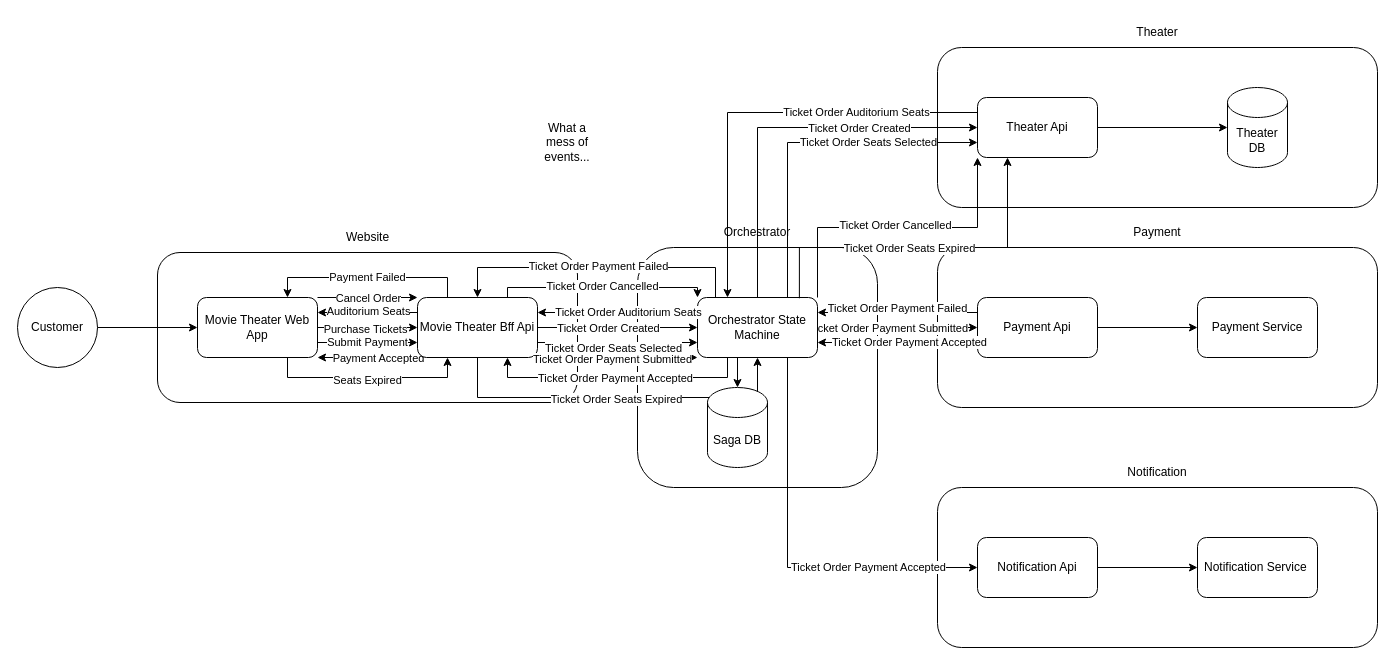
Onyx3910/Movie-Microservice keeps this draw.io diagram as page "Third Draft" (4 of 4) of MovieMicroservice.drawio. Above is the earlier version. Source tidied: cells renumbered, new cells numbered last; positions are measured from the earlier drawing's top-left corner, leaving out a move shared by most shapes. Both pictures are drawn from the tidied source at 100%, with x=0, y=0 at pixel (17, 17).
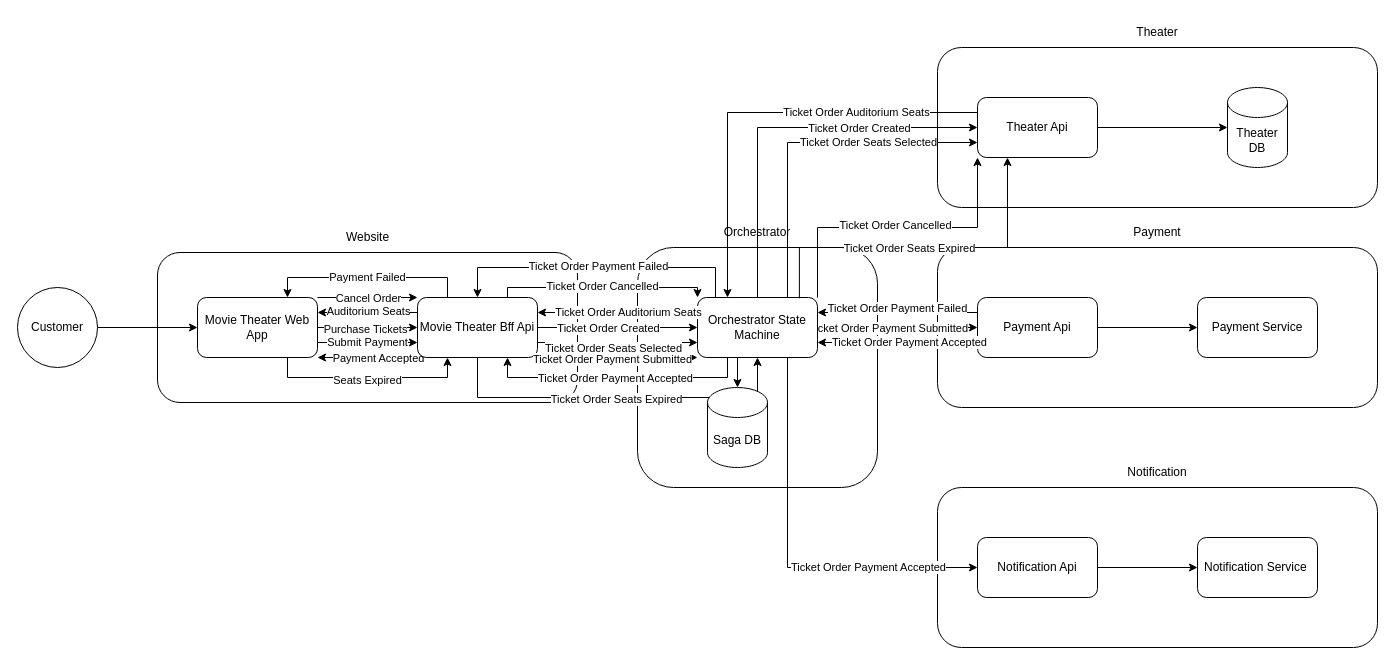
The same diagram, later.

Diff of the diagram source:
```diff
@@
-    <mxCell id="76" value="What a mess of events..." style="text;html=1;align=center;verticalAlign=middle;whiteSpace=wrap;rounded=0;" parent="1" vertex="1">
-      <mxGeometry x="520" y="110" width="60" height="30" as="geometry" />
-    </mxCell>
```
